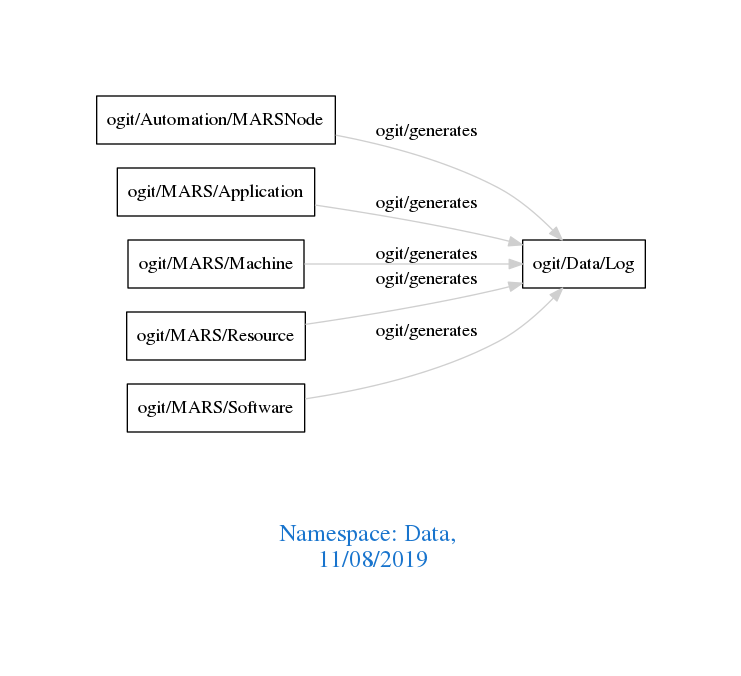
The Graphviz diagram downloads/Data.png in arago/OGIT, before a commit. Its source is kept beside it as downloads/Data.dot.
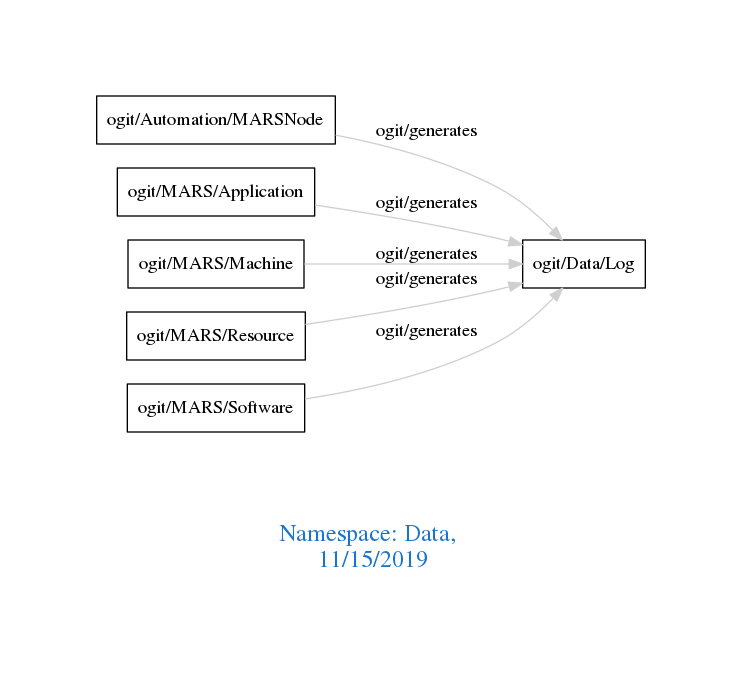
The same diagram one commit later.

Change to the diagram source:
```diff
@@ -1,7 +1,7 @@
 digraph OGIT_ontology {
  graph [ rankdir= LR,pad=1
 fontsize = 18,
-fontcolor= dodgerblue3,label = "\n\n\nNamespace: Data, \n 11/08/2019"];
+fontcolor= dodgerblue3,label = "\n\n\nNamespace: Data, \n 11/15/2019"];
 node[shape=polygon];
 edge [  color="gray81"];
 
```
